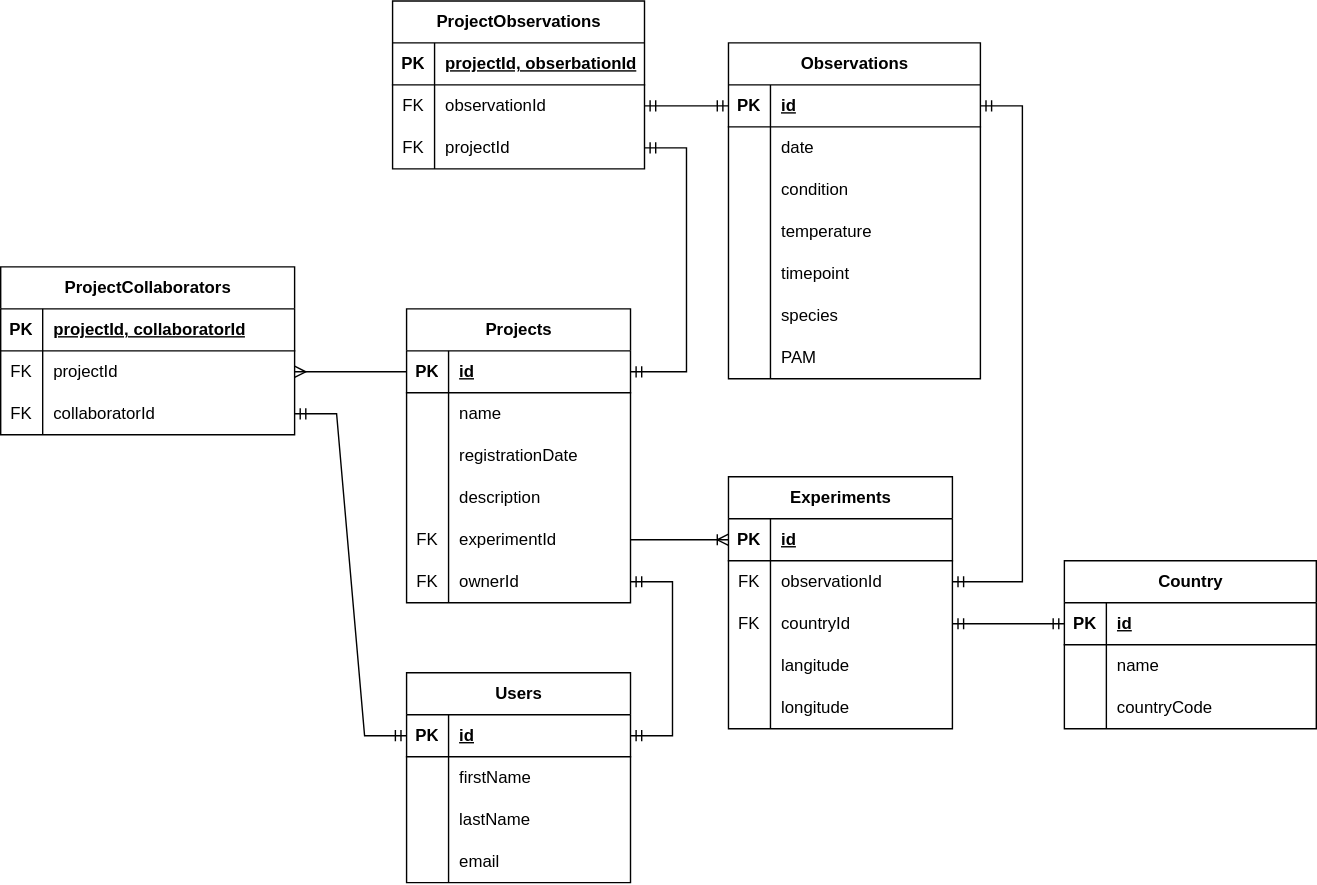
The draw.io diagram db_schema.drawio.svg in greenjune-ship-it/coral-future, before a commit. Source tidied: cells renumbered, new cells last; positions are measured from the earlier drawing's top-left corner, leaving out a move shared by most shapes.
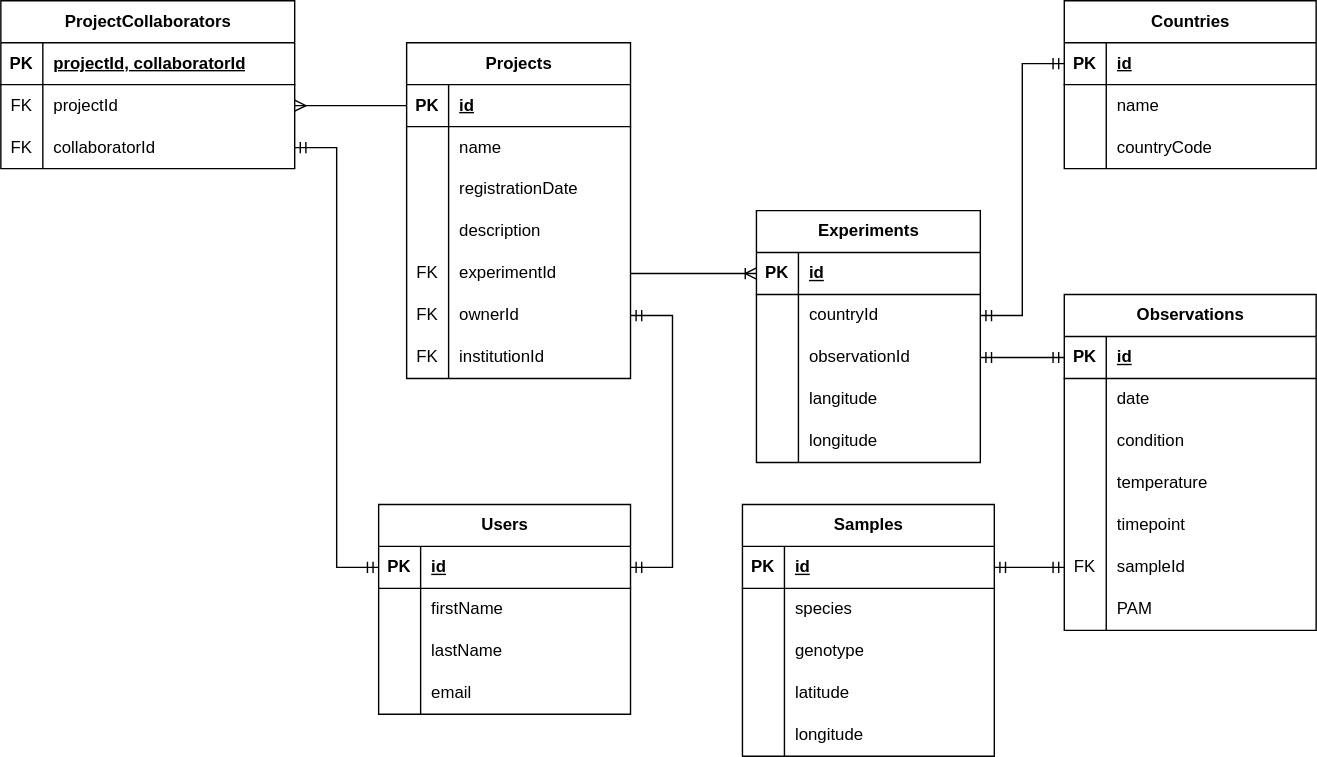
After the change.

Diff of the diagram source:
```diff
@@ -3,46 +3,46 @@
     <mxCell id="0" />
     <mxCell id="1" parent="0" />
     <mxCell id="2" value="Users" style="shape=table;startSize=30;rowLines=0;fontStyle=1;align=center;html=1;flipH=1;" parent="1" vertex="1">
-      <mxGeometry x="290" y="480" width="160" height="150" as="geometry" />
+      <mxGeometry x="270" y="550" width="180" height="150" as="geometry" />
     </mxCell>
     <mxCell id="3" style="shape=tableRow;horizontal=0;startSize=0;swimlaneHead=0;swimlaneBody=0;fillColor=none;points=[[0,0.5],[1,0.5]];portConstraint=eastwest;top=0;left=0;right=0;bottom=1;" parent="2" vertex="1">
-      <mxGeometry y="30" width="160" height="30" as="geometry" />
+      <mxGeometry y="30" width="180" height="30" as="geometry" />
     </mxCell>
     <mxCell id="4" value="PK" style="shape=partialRectangle;fillColor=none;top=0;left=0;bottom=0;right=0;fontStyle=1;overflow=hidden;whiteSpace=wrap;html=1;" parent="3" vertex="1">
       <mxGeometry width="30" height="30" as="geometry" />
     </mxCell>
     <mxCell id="5" value="id" style="shape=partialRectangle;fillColor=none;top=0;left=0;bottom=0;right=0;align=left;spacingLeft=6;fontStyle=5;overflow=hidden;whiteSpace=wrap;html=1;" parent="3" vertex="1">
-      <mxGeometry x="30" width="130" height="30" as="geometry" />
+      <mxGeometry x="30" width="150" height="30" as="geometry" />
     </mxCell>
     <mxCell id="6" style="shape=tableRow;horizontal=0;startSize=0;swimlaneHead=0;swimlaneBody=0;fillColor=none;top=0;left=0;right=0;bottom=0;" parent="2" vertex="1">
-      <mxGeometry y="60" width="160" height="30" as="geometry" />
+      <mxGeometry y="60" width="180" height="30" as="geometry" />
     </mxCell>
     <mxCell id="7" style="shape=partialRectangle;fillColor=none;top=0;left=0;bottom=0;right=0;overflow=hidden;whiteSpace=wrap;html=1;" parent="6" vertex="1">
       <mxGeometry width="30" height="30" as="geometry" />
     </mxCell>
     <mxCell id="8" value="firstName" style="shape=partialRectangle;fillColor=none;top=0;left=0;bottom=0;right=0;align=left;spacingLeft=6;overflow=hidden;whiteSpace=wrap;html=1;" parent="6" vertex="1">
-      <mxGeometry x="30" width="130" height="30" as="geometry" />
+      <mxGeometry x="30" width="150" height="30" as="geometry" />
     </mxCell>
     <mxCell id="9" style="shape=tableRow;horizontal=0;startSize=0;swimlaneHead=0;swimlaneBody=0;fillColor=none;top=0;left=0;right=0;bottom=0;" parent="2" vertex="1">
-      <mxGeometry y="90" width="160" height="30" as="geometry" />
+      <mxGeometry y="90" width="180" height="30" as="geometry" />
     </mxCell>
     <mxCell id="10" style="shape=partialRectangle;fillColor=none;top=0;left=0;bottom=0;right=0;overflow=hidden;whiteSpace=wrap;html=1;" parent="9" vertex="1">
       <mxGeometry width="30" height="30" as="geometry" />
     </mxCell>
     <mxCell id="11" value="lastName" style="shape=partialRectangle;fillColor=none;top=0;left=0;bottom=0;right=0;align=left;spacingLeft=6;overflow=hidden;whiteSpace=wrap;html=1;" parent="9" vertex="1">
-      <mxGeometry x="30" width="130" height="30" as="geometry" />
+      <mxGeometry x="30" width="150" height="30" as="geometry" />
     </mxCell>
     <mxCell id="12" style="shape=tableRow;horizontal=0;startSize=0;swimlaneHead=0;swimlaneBody=0;fillColor=none;top=0;left=0;right=0;bottom=0;" parent="2" vertex="1">
-      <mxGeometry y="120" width="160" height="30" as="geometry" />
+      <mxGeometry y="120" width="180" height="30" as="geometry" />
     </mxCell>
     <mxCell id="13" style="shape=partialRectangle;fillColor=none;top=0;left=0;bottom=0;right=0;overflow=hidden;whiteSpace=wrap;html=1;" parent="12" vertex="1">
       <mxGeometry width="30" height="30" as="geometry" />
     </mxCell>
     <mxCell id="14" value="email" style="shape=partialRectangle;fillColor=none;top=0;left=0;bottom=0;right=0;align=left;spacingLeft=6;overflow=hidden;whiteSpace=wrap;html=1;" parent="12" vertex="1">
-      <mxGeometry x="30" width="130" height="30" as="geometry" />
+      <mxGeometry x="30" width="150" height="30" as="geometry" />
     </mxCell>
     <mxCell id="15" value="Projects" style="shape=table;startSize=30;rowLines=0;fontStyle=1;align=center;html=1;flipH=1;" parent="1" vertex="1">
-      <mxGeometry x="290" y="220" width="160" height="210" as="geometry" />
+      <mxGeometry x="290" y="220" width="160" height="240" as="geometry" />
     </mxCell>
     <mxCell id="16" style="shape=tableRow;horizontal=0;startSize=0;swimlaneHead=0;swimlaneBody=0;fillColor=none;points=[[0,0.5],[1,0.5]];portConstraint=eastwest;top=0;left=0;right=0;bottom=1;" parent="15" vertex="1">
       <mxGeometry y="30" width="160" height="30" as="geometry" />
@@ -98,8 +98,17 @@
     <mxCell id="33" value="ownerId" style="shape=partialRectangle;fillColor=none;top=0;left=0;bottom=0;right=0;align=left;spacingLeft=6;overflow=hidden;whiteSpace=wrap;html=1;" parent="31" vertex="1">
       <mxGeometry x="30" width="130" height="30" as="geometry" />
     </mxCell>
+    <mxCell id="110" style="shape=tableRow;horizontal=0;startSize=0;swimlaneHead=0;swimlaneBody=0;fillColor=none;top=0;left=0;right=0;bottom=0;" parent="15" vertex="1">
+      <mxGeometry y="210" width="160" height="30" as="geometry" />
+    </mxCell>
+    <mxCell id="111" value="FK" style="shape=partialRectangle;fillColor=none;top=0;left=0;bottom=0;right=0;overflow=hidden;whiteSpace=wrap;html=1;" parent="110" vertex="1">
+      <mxGeometry width="30" height="30" as="geometry" />
+    </mxCell>
+    <mxCell id="112" value="institutionId" style="shape=partialRectangle;fillColor=none;top=0;left=0;bottom=0;right=0;align=left;spacingLeft=6;overflow=hidden;whiteSpace=wrap;html=1;" parent="110" vertex="1">
+      <mxGeometry x="30" width="130" height="30" as="geometry" />
+    </mxCell>
     <mxCell id="34" value="Experiments" style="shape=table;startSize=30;rowLines=0;fontStyle=1;align=center;html=1;flipH=1;" parent="1" vertex="1">
-      <mxGeometry x="520" y="340" width="160" height="180" as="geometry" />
+      <mxGeometry x="540" y="340" width="160" height="180" as="geometry" />
     </mxCell>
     <mxCell id="35" style="shape=tableRow;horizontal=0;startSize=0;swimlaneHead=0;swimlaneBody=0;fillColor=none;points=[[0,0.5],[1,0.5]];portConstraint=eastwest;top=0;left=0;right=0;bottom=1;" parent="34" vertex="1">
       <mxGeometry y="30" width="160" height="30" as="geometry" />
@@ -110,24 +119,24 @@
     <mxCell id="37" value="id" style="shape=partialRectangle;fillColor=none;top=0;left=0;bottom=0;right=0;align=left;spacingLeft=6;fontStyle=5;overflow=hidden;whiteSpace=wrap;html=1;" parent="35" vertex="1">
       <mxGeometry x="30" width="130" height="30" as="geometry" />
     </mxCell>
+    <mxCell id="41" style="shape=tableRow;horizontal=0;startSize=0;swimlaneHead=0;swimlaneBody=0;fillColor=none;points=[[0,0.5],[1,0.5]];portConstraint=eastwest;top=0;left=0;right=0;bottom=0;" parent="34" vertex="1">
+      <mxGeometry y="60" width="160" height="30" as="geometry" />
+    </mxCell>
+    <mxCell id="42" style="shape=partialRectangle;fillColor=none;top=0;left=0;bottom=0;right=0;overflow=hidden;whiteSpace=wrap;html=1;" parent="41" vertex="1">
+      <mxGeometry width="30" height="30" as="geometry" />
+    </mxCell>
+    <mxCell id="43" value="countryId" style="shape=partialRectangle;fillColor=none;top=0;left=0;bottom=0;right=0;align=left;spacingLeft=6;overflow=hidden;whiteSpace=wrap;html=1;" parent="41" vertex="1">
+      <mxGeometry x="30" width="130" height="30" as="geometry" />
+    </mxCell>
     <mxCell id="38" style="shape=tableRow;horizontal=0;startSize=0;swimlaneHead=0;swimlaneBody=0;fillColor=none;points=[[0,0.5],[1,0.5]];portConstraint=eastwest;top=0;left=0;right=0;bottom=0;" parent="34" vertex="1">
-      <mxGeometry y="60" width="160" height="30" as="geometry" />
+      <mxGeometry y="90" width="160" height="30" as="geometry" />
     </mxCell>
-    <mxCell id="39" value="FK" style="shape=partialRectangle;fillColor=none;top=0;left=0;bottom=0;right=0;overflow=hidden;whiteSpace=wrap;html=1;" parent="38" vertex="1">
+    <mxCell id="39" style="shape=partialRectangle;fillColor=none;top=0;left=0;bottom=0;right=0;overflow=hidden;whiteSpace=wrap;html=1;" parent="38" vertex="1">
       <mxGeometry width="30" height="30" as="geometry" />
     </mxCell>
     <mxCell id="40" value="observationId" style="shape=partialRectangle;fillColor=none;top=0;left=0;bottom=0;right=0;align=left;spacingLeft=6;overflow=hidden;whiteSpace=wrap;html=1;" parent="38" vertex="1">
       <mxGeometry x="30" width="130" height="30" as="geometry" />
     </mxCell>
-    <mxCell id="41" style="shape=tableRow;horizontal=0;startSize=0;swimlaneHead=0;swimlaneBody=0;fillColor=none;points=[[0,0.5],[1,0.5]];portConstraint=eastwest;top=0;left=0;right=0;bottom=0;" parent="34" vertex="1">
-      <mxGeometry y="90" width="160" height="30" as="geometry" />
-    </mxCell>
-    <mxCell id="42" value="FK" style="shape=partialRectangle;fillColor=none;top=0;left=0;bottom=0;right=0;overflow=hidden;whiteSpace=wrap;html=1;" parent="41" vertex="1">
-      <mxGeometry width="30" height="30" as="geometry" />
-    </mxCell>
-    <mxCell id="43" value="countryId" style="shape=partialRectangle;fillColor=none;top=0;left=0;bottom=0;right=0;align=left;spacingLeft=6;overflow=hidden;whiteSpace=wrap;html=1;" parent="41" vertex="1">
-      <mxGeometry x="30" width="130" height="30" as="geometry" />
-    </mxCell>
     <mxCell id="44" style="shape=tableRow;horizontal=0;startSize=0;swimlaneHead=0;swimlaneBody=0;fillColor=none;top=0;left=0;right=0;bottom=0;" parent="34" vertex="1">
       <mxGeometry y="120" width="160" height="30" as="geometry" />
     </mxCell>
@@ -154,7 +163,7 @@
       </mxGeometry>
     </mxCell>
     <mxCell id="51" value="Observations" style="shape=table;startSize=30;rowLines=0;fontStyle=1;align=center;html=1;flipH=1;" parent="1" vertex="1">
-      <mxGeometry x="520" y="30" width="180" height="240" as="geometry" />
+      <mxGeometry x="760" y="400" width="180" height="240" as="geometry" />
     </mxCell>
     <mxCell id="52" style="shape=tableRow;horizontal=0;startSize=0;swimlaneHead=0;swimlaneBody=0;fillColor=none;points=[[0,0.5],[1,0.5]];portConstraint=eastwest;top=0;left=0;right=0;bottom=1;" parent="51" vertex="1">
       <mxGeometry y="30" width="180" height="30" as="geometry" />
@@ -204,10 +213,10 @@
     <mxCell id="67" style="shape=tableRow;horizontal=0;startSize=0;swimlaneHead=0;swimlaneBody=0;fillColor=none;points=[[0,0.5],[1,0.5]];portConstraint=eastwest;top=0;left=0;right=0;bottom=0;" parent="51" vertex="1">
       <mxGeometry y="180" width="180" height="30" as="geometry" />
     </mxCell>
-    <mxCell id="68" style="shape=partialRectangle;fillColor=none;top=0;left=0;bottom=0;right=0;overflow=hidden;whiteSpace=wrap;html=1;" parent="67" vertex="1">
+    <mxCell id="68" value="FK" style="shape=partialRectangle;fillColor=none;top=0;left=0;bottom=0;right=0;overflow=hidden;whiteSpace=wrap;html=1;" parent="67" vertex="1">
       <mxGeometry width="30" height="30" as="geometry" />
     </mxCell>
-    <mxCell id="69" value="species" style="shape=partialRectangle;fillColor=none;top=0;left=0;bottom=0;right=0;align=left;spacingLeft=6;overflow=hidden;whiteSpace=wrap;html=1;" parent="67" vertex="1">
+    <mxCell id="69" value="sampleId" style="shape=partialRectangle;fillColor=none;top=0;left=0;bottom=0;right=0;align=left;spacingLeft=6;overflow=hidden;whiteSpace=wrap;html=1;" parent="67" vertex="1">
       <mxGeometry x="30" width="150" height="30" as="geometry" />
     </mxCell>
     <mxCell id="70" style="shape=tableRow;horizontal=0;startSize=0;swimlaneHead=0;swimlaneBody=0;fillColor=none;top=0;left=0;right=0;bottom=0;" parent="51" vertex="1">
@@ -225,8 +234,8 @@
     <mxCell id="74" style="edgeStyle=entityRelationEdgeStyle;fontSize=12;html=1;endArrow=ERmandOne;startArrow=ERmandOne;rounded=0;" parent="1" edge="1" source="3" target="31">
       <mxGeometry relative="1" as="geometry" />
     </mxCell>
-    <mxCell id="75" value="Country" style="shape=table;startSize=30;rowLines=0;fontStyle=1;align=center;html=1;flipH=1;" parent="1" vertex="1">
-      <mxGeometry x="760" y="400" width="180" height="120" as="geometry" />
+    <mxCell id="75" value="Countries" style="shape=table;startSize=30;rowLines=0;fontStyle=1;align=center;html=1;flipH=1;" parent="1" vertex="1">
+      <mxGeometry x="760" y="190" width="180" height="120" as="geometry" />
     </mxCell>
     <mxCell id="76" style="shape=tableRow;horizontal=0;startSize=0;swimlaneHead=0;swimlaneBody=0;fillColor=none;points=[[0,0.5],[1,0.5]];portConstraint=eastwest;top=0;left=0;right=0;bottom=1;" parent="75" vertex="1">
       <mxGeometry y="30" width="180" height="30" as="geometry" />
@@ -294,41 +303,56 @@
     <mxCell id="97" style="edgeStyle=entityRelationEdgeStyle;fontSize=12;html=1;endArrow=ERmandOne;startArrow=ERmandOne;rounded=0;" parent="1" edge="1" source="3" target="93">
       <mxGeometry relative="1" as="geometry" />
     </mxCell>
-    <mxCell id="98" value="ProjectObservations" style="shape=table;startSize=30;rowLines=0;fontStyle=1;align=center;html=1;" parent="1" vertex="1">
-      <mxGeometry x="280" width="180" height="120" as="geometry" />
-    </mxCell>
+    <mxCell id="113" value="Samples" style="shape=table;startSize=30;rowLines=0;fontStyle=1;align=center;html=1;" parent="1" vertex="1">
+      <mxGeometry x="530" y="550" width="180" height="180" as="geometry" />
+    </mxCell>
-    <mxCell id="99" style="shape=tableRow;horizontal=0;startSize=0;swimlaneHead=0;swimlaneBody=0;fillColor=none;points=[[0,0.5],[1,0.5]];portConstraint=eastwest;top=0;left=0;right=0;bottom=1;" parent="98" vertex="1">
+    <mxCell id="99" style="shape=tableRow;horizontal=0;startSize=0;swimlaneHead=0;swimlaneBody=0;fillColor=none;points=[[0,0.5],[1,0.5]];portConstraint=eastwest;top=0;left=0;right=0;bottom=1;" parent="113" vertex="1">
       <mxGeometry y="30" width="180" height="30" as="geometry" />
     </mxCell>
     <mxCell id="100" value="PK" style="shape=partialRectangle;fillColor=none;top=0;left=0;bottom=0;right=0;fontStyle=1;overflow=hidden;whiteSpace=wrap;html=1;" parent="99" vertex="1">
       <mxGeometry width="30" height="30" as="geometry" />
     </mxCell>
-    <mxCell id="101" value="projectId, obserbationId" style="shape=partialRectangle;fillColor=none;top=0;left=0;bottom=0;right=0;align=left;spacingLeft=6;fontStyle=5;overflow=hidden;whiteSpace=wrap;html=1;" parent="99" vertex="1">
-      <mxGeometry x="30" width="150" height="30" as="geometry" />
-    </mxCell>
+    <mxCell id="114" value="id" style="shape=partialRectangle;fillColor=none;top=0;left=0;bottom=0;right=0;align=left;spacingLeft=6;fontStyle=5;overflow=hidden;whiteSpace=wrap;html=1;" parent="99" vertex="1">
+      <mxGeometry x="30" width="150" height="30" as="geometry" />
+    </mxCell>
-    <mxCell id="102" style="shape=tableRow;horizontal=0;startSize=0;swimlaneHead=0;swimlaneBody=0;fillColor=none;points=[[0,0.5],[1,0.5]];portConstraint=eastwest;top=0;left=0;right=0;bottom=0;" parent="98" vertex="1">
+    <mxCell id="102" style="shape=tableRow;horizontal=0;startSize=0;swimlaneHead=0;swimlaneBody=0;fillColor=none;points=[[0,0.5],[1,0.5]];portConstraint=eastwest;top=0;left=0;right=0;bottom=0;" parent="113" vertex="1">
       <mxGeometry y="60" width="180" height="30" as="geometry" />
     </mxCell>
-    <mxCell id="103" value="FK" style="shape=partialRectangle;fillColor=none;top=0;left=0;bottom=0;right=0;overflow=hidden;whiteSpace=wrap;html=1;" parent="102" vertex="1">
-      <mxGeometry width="30" height="30" as="geometry" />
-    </mxCell>
-    <mxCell id="104" value="observationId" style="shape=partialRectangle;fillColor=none;top=0;left=0;bottom=0;right=0;align=left;spacingLeft=6;overflow=hidden;whiteSpace=wrap;html=1;" parent="102" vertex="1">
-      <mxGeometry x="30" width="150" height="30" as="geometry" />
-    </mxCell>
+    <mxCell id="115" style="shape=partialRectangle;fillColor=none;top=0;left=0;bottom=0;right=0;overflow=hidden;whiteSpace=wrap;html=1;" parent="102" vertex="1">
+      <mxGeometry width="30" height="30" as="geometry" />
+    </mxCell>
+    <mxCell id="116" value="species" style="shape=partialRectangle;fillColor=none;top=0;left=0;bottom=0;right=0;align=left;spacingLeft=6;overflow=hidden;whiteSpace=wrap;html=1;" parent="102" vertex="1">
+      <mxGeometry x="30" width="150" height="30" as="geometry" />
+    </mxCell>
-    <mxCell id="105" style="shape=tableRow;horizontal=0;startSize=0;swimlaneHead=0;swimlaneBody=0;fillColor=none;points=[[0,0.5],[1,0.5]];portConstraint=eastwest;top=0;left=0;right=0;bottom=0;" parent="98" vertex="1">
+    <mxCell id="105" style="shape=tableRow;horizontal=0;startSize=0;swimlaneHead=0;swimlaneBody=0;fillColor=none;points=[[0,0.5],[1,0.5]];portConstraint=eastwest;top=0;left=0;right=0;bottom=0;" parent="113" vertex="1">
       <mxGeometry y="90" width="180" height="30" as="geometry" />
     </mxCell>
-    <mxCell id="106" value="FK" style="shape=partialRectangle;fillColor=none;top=0;left=0;bottom=0;right=0;overflow=hidden;whiteSpace=wrap;html=1;" parent="105" vertex="1">
-      <mxGeometry width="30" height="30" as="geometry" />
-    </mxCell>
-    <mxCell id="107" value="projectId" style="shape=partialRectangle;fillColor=none;top=0;left=0;bottom=0;right=0;align=left;spacingLeft=6;overflow=hidden;whiteSpace=wrap;html=1;" parent="105" vertex="1">
-      <mxGeometry x="30" width="150" height="30" as="geometry" />
-    </mxCell>
-    <mxCell id="108" style="edgeStyle=entityRelationEdgeStyle;fontSize=12;html=1;endArrow=ERmandOne;startArrow=ERmandOne;rounded=0;" parent="1" edge="1" source="105" target="16">
-      <mxGeometry relative="1" as="geometry" />
-    </mxCell>
-    <mxCell id="109" style="edgeStyle=entityRelationEdgeStyle;fontSize=12;html=1;endArrow=ERmandOne;startArrow=ERmandOne;rounded=0;" parent="1" edge="1" source="102" target="52">
-      <mxGeometry relative="1" as="geometry" />
-    </mxCell>
+    <mxCell id="117" style="shape=partialRectangle;fillColor=none;top=0;left=0;bottom=0;right=0;overflow=hidden;whiteSpace=wrap;html=1;" parent="105" vertex="1">
+      <mxGeometry width="30" height="30" as="geometry" />
+    </mxCell>
+    <mxCell id="118" value="genotype" style="shape=partialRectangle;fillColor=none;top=0;left=0;bottom=0;right=0;align=left;spacingLeft=6;overflow=hidden;whiteSpace=wrap;html=1;" parent="105" vertex="1">
+      <mxGeometry x="30" width="150" height="30" as="geometry" />
+    </mxCell>
+    <mxCell id="119" style="shape=tableRow;horizontal=0;startSize=0;swimlaneHead=0;swimlaneBody=0;fillColor=none;top=0;left=0;right=0;bottom=0;" parent="113" vertex="1">
+      <mxGeometry y="120" width="180" height="30" as="geometry" />
+    </mxCell>
+    <mxCell id="120" style="shape=partialRectangle;fillColor=none;top=0;left=0;bottom=0;right=0;overflow=hidden;whiteSpace=wrap;html=1;" parent="119" vertex="1">
+      <mxGeometry width="30" height="30" as="geometry" />
+    </mxCell>
+    <mxCell id="121" value="latitude" style="shape=partialRectangle;fillColor=none;top=0;left=0;bottom=0;right=0;align=left;spacingLeft=6;overflow=hidden;whiteSpace=wrap;html=1;" parent="119" vertex="1">
+      <mxGeometry x="30" width="150" height="30" as="geometry" />
+    </mxCell>
+    <mxCell id="122" style="shape=tableRow;horizontal=0;startSize=0;swimlaneHead=0;swimlaneBody=0;fillColor=none;top=0;left=0;right=0;bottom=0;" parent="113" vertex="1">
+      <mxGeometry y="150" width="180" height="30" as="geometry" />
+    </mxCell>
+    <mxCell id="123" style="shape=partialRectangle;fillColor=none;top=0;left=0;bottom=0;right=0;overflow=hidden;whiteSpace=wrap;html=1;" parent="122" vertex="1">
+      <mxGeometry width="30" height="30" as="geometry" />
+    </mxCell>
+    <mxCell id="124" value="longitude" style="shape=partialRectangle;fillColor=none;top=0;left=0;bottom=0;right=0;align=left;spacingLeft=6;overflow=hidden;whiteSpace=wrap;html=1;" parent="122" vertex="1">
+      <mxGeometry x="30" width="150" height="30" as="geometry" />
+    </mxCell>
+    <mxCell id="125" style="edgeStyle=entityRelationEdgeStyle;fontSize=12;html=1;endArrow=ERmandOne;startArrow=ERmandOne;rounded=0;" parent="1" edge="1" source="99" target="67">
+      <mxGeometry relative="1" as="geometry" />
+    </mxCell>
   </root>
 </mxGraphModel>
```
